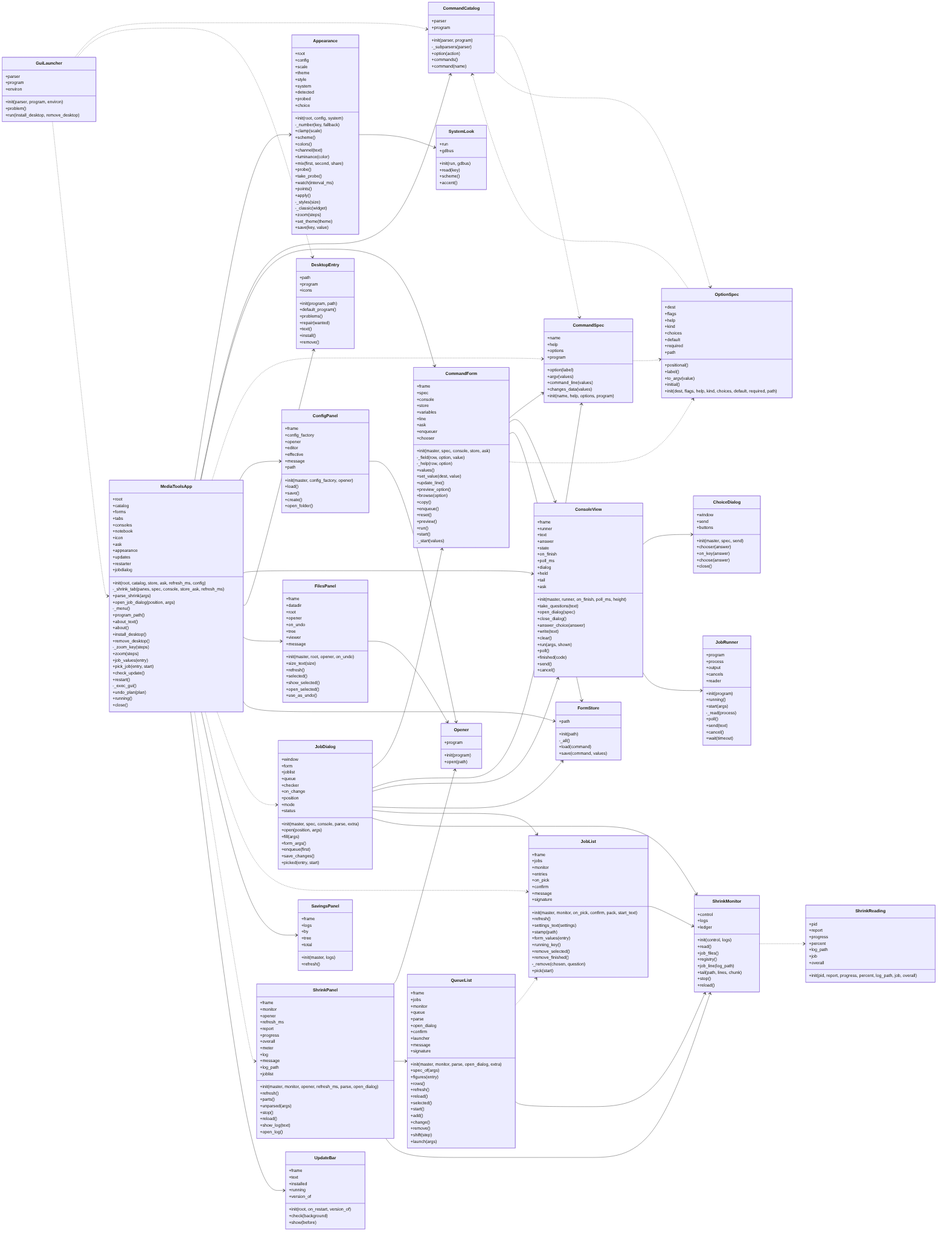
Before: docs/img/uml_gui.png, a diagram exported from Mermaid (peddanet/mediatools). Its source is kept beside it as docs/img/uml_gui.mmd.
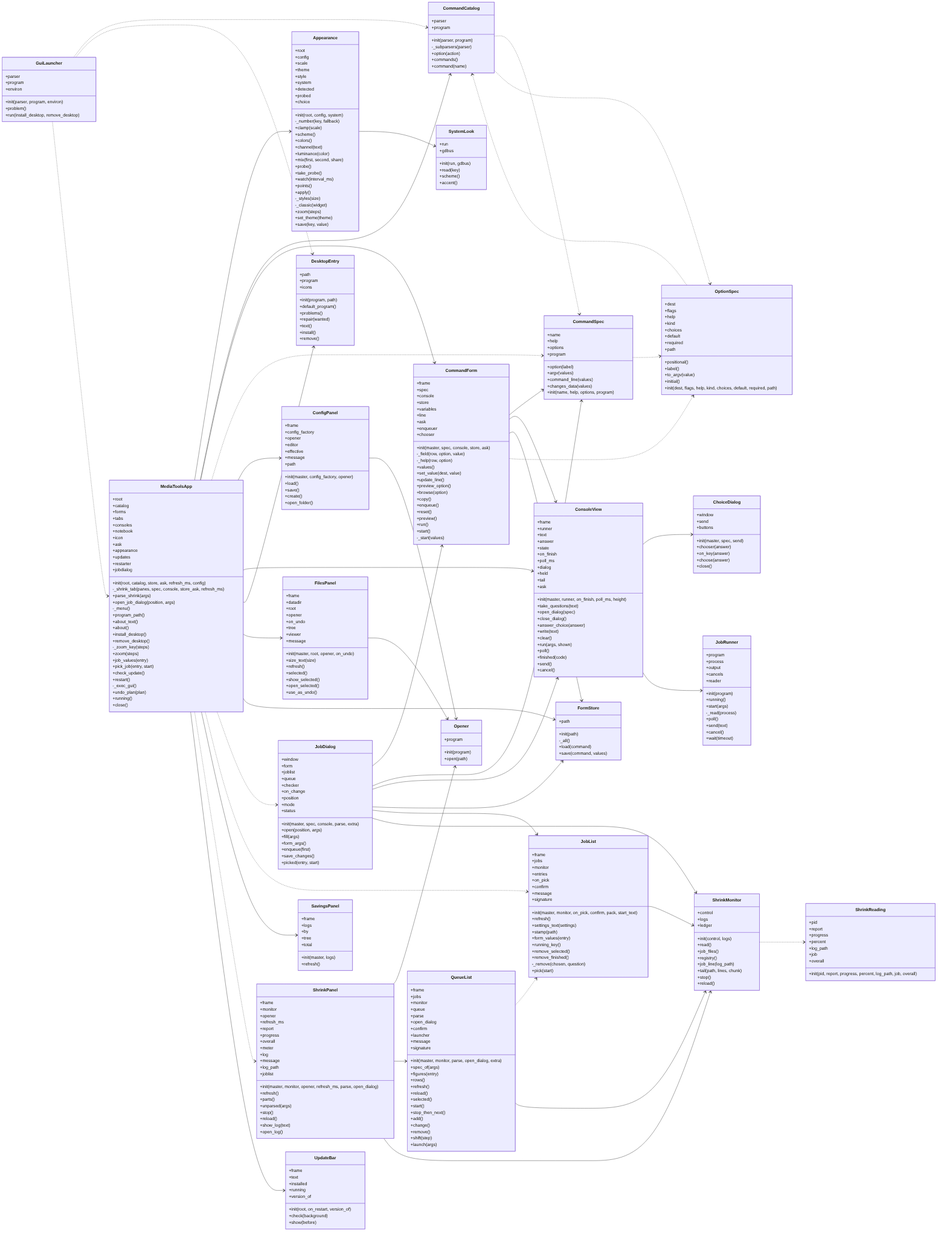
The same file after the commit.

What changed in the source:
```diff
@@ -294,6 +294,7 @@
     +reload()
     +selected()
     +start()
+    +stop_then_next()
     +add()
     +change()
     +remove()
```
